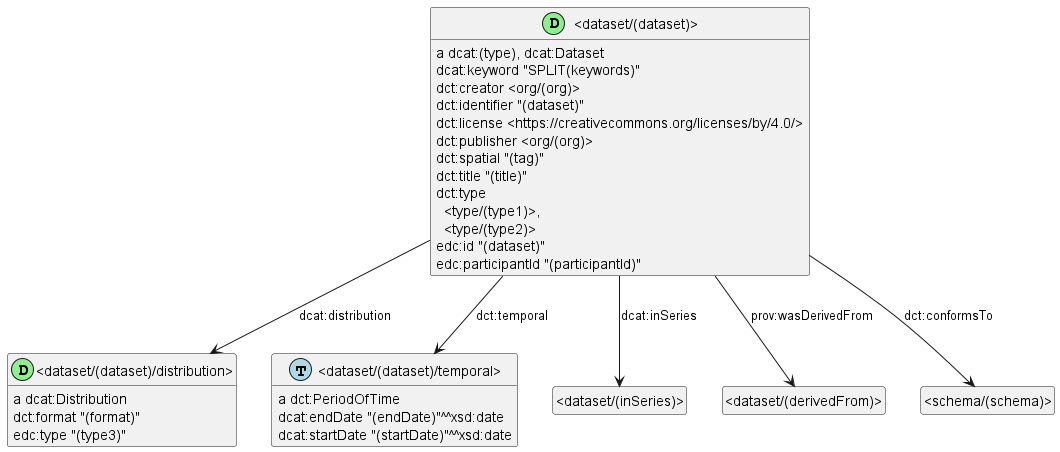
underpin-project/model keeps this PlantUML diagram as dataset.png. Above is the earlier version.
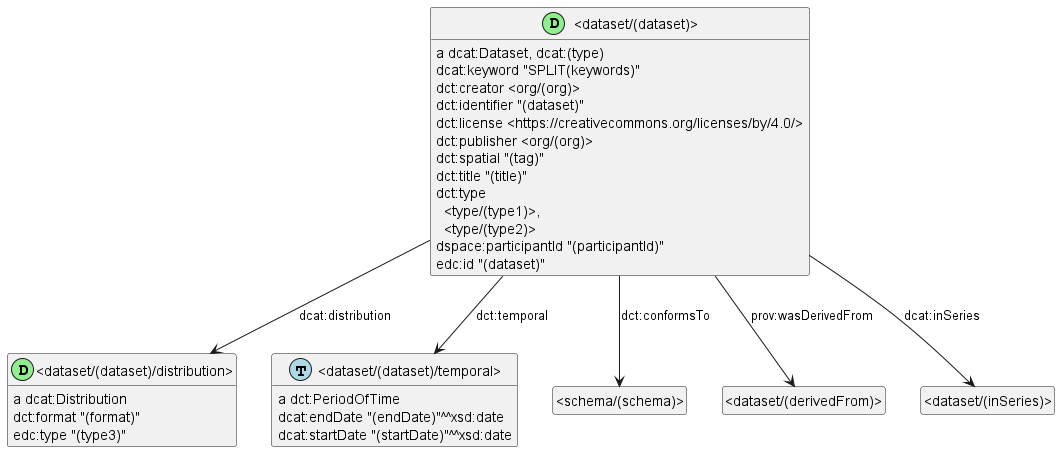
The same file after the commit.

The edit, as a diff of the source:
```diff
@@ -11,18 +11,15 @@
 class _dataset_dataset_temporal_ as "<dataset/(dataset)/temporal>"
 class _dataset_dataset_temporal_ <<(T,lightblue)>>
 show _dataset_dataset_temporal_ circle
-_dataset_dataset_distribution_ : {field} a dcat:Distribution
-_dataset_dataset_distribution_ : {field} dct:format "(format)"
-_dataset_dataset_distribution_ : {field} edc:type "(type3)"
-_dataset_dataset_ : {field} a dcat:(type), dcat:Dataset
+_dataset_dataset_ : {field} a dcat:Dataset, dcat:(type)
+_dataset_dataset_ -down-> _dataset_dataset_temporal_ : dct:temporal
+class _schema_schema_ as "<schema/(schema)>"
+_dataset_dataset_ -down-> _schema_schema_ : dct:conformsTo
+class _dataset_derivedFrom_ as "<dataset/(derivedFrom)>"
+_dataset_dataset_ -down-> _dataset_derivedFrom_ : prov:wasDerivedFrom
+_dataset_dataset_ -down-> _dataset_dataset_distribution_ : dcat:distribution
 class _dataset_inSeries_ as "<dataset/(inSeries)>"
 _dataset_dataset_ -down-> _dataset_inSeries_ : dcat:inSeries
-class _dataset_derivedFrom_ as "<dataset/(derivedFrom)>"
-_dataset_dataset_ -down-> _dataset_derivedFrom_ : prov:wasDerivedFrom
-class _schema_schema_ as "<schema/(schema)>"
-_dataset_dataset_ -down-> _schema_schema_ : dct:conformsTo
-_dataset_dataset_ -down-> _dataset_dataset_temporal_ : dct:temporal
-_dataset_dataset_ -down-> _dataset_dataset_distribution_ : dcat:distribution
 _dataset_dataset_ : {field} dcat:keyword "SPLIT(keywords)"
 _dataset_dataset_ : {field} dct:creator <org/(org)>
 _dataset_dataset_ : {field} dct:identifier "(dataset)"
@@ -31,9 +28,12 @@
 _dataset_dataset_ : {field} dct:spatial "(tag)"
 _dataset_dataset_ : {field} dct:title "(title)"
 _dataset_dataset_ : {field} dct:type\n  <type/(type1)>,\n  <type/(type2)>
+_dataset_dataset_ : {field} dspace:participantId "(participantId)"
 _dataset_dataset_ : {field} edc:id "(dataset)"
-_dataset_dataset_ : {field} edc:participantId "(participantId)"
 _dataset_dataset_temporal_ : {field} a dct:PeriodOfTime
 _dataset_dataset_temporal_ : {field} dcat:endDate "(endDate)"^^xsd:date
 _dataset_dataset_temporal_ : {field} dcat:startDate "(startDate)"^^xsd:date
+_dataset_dataset_distribution_ : {field} a dcat:Distribution
+_dataset_dataset_distribution_ : {field} dct:format "(format)"
+_dataset_dataset_distribution_ : {field} edc:type "(type3)"
 @enduml
```
